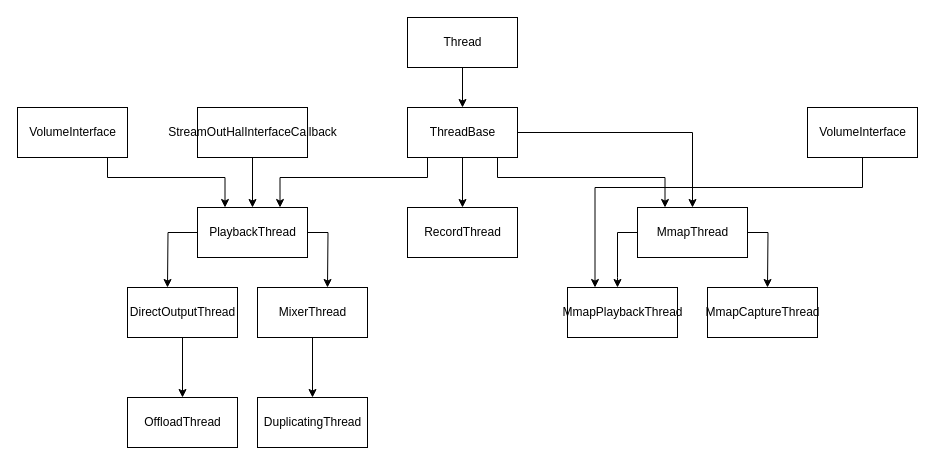
tiven-zhu/myTools keeps this draw.io diagram as page "Page-5" (5 of 5) of Untitled Diagram.drawio. Above is the earlier version. Source tidied: cells renumbered, new cells numbered last; positions are measured from the earlier drawing's top-left corner, leaving out a move shared by most shapes. Both pictures are drawn from the tidied source at 100%, with x=0, y=0 at pixel (17, 17).
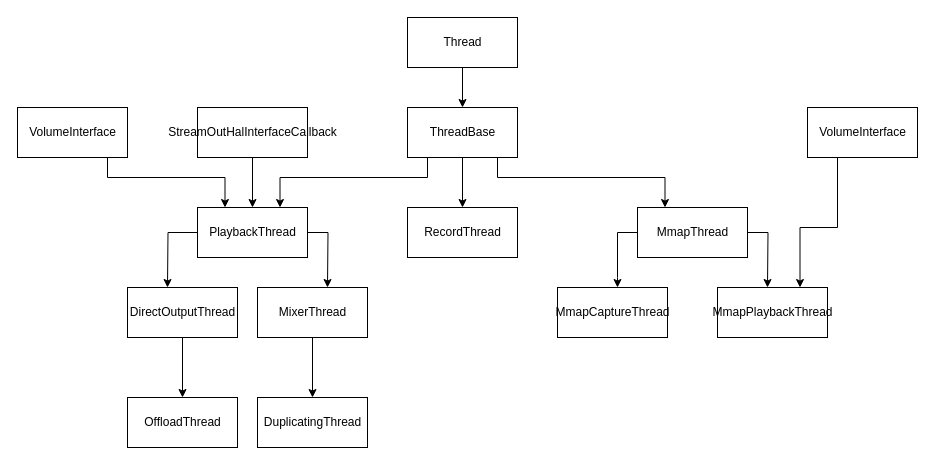
After the change.

The change refers to these unchanged cells:
```xml
<mxCell id="15" value="ThreadBase" style="html=1;" parent="1" vertex="1">
  <mxGeometry x="390" y="90" width="110" height="50" as="geometry" />
</mxCell>
<mxCell id="19" value="MmapThread" style="html=1;" parent="1" vertex="1">
  <mxGeometry x="620" y="190" width="110" height="50" as="geometry" />
</mxCell>
<mxCell id="23" value="VolumeInterface" style="html=1;" parent="1" vertex="1">
  <mxGeometry x="790" y="90" width="110" height="50" as="geometry" />
</mxCell>
```

Diff of the diagram source:
```diff
@@
-    <mxCell id="13" style="edgeStyle=orthogonalEdgeStyle;rounded=0;jettySize=auto;html=0;entryX=0.5;entryY=0;entryDx=0;entryDy=0;exitX=1;exitY=0.5;exitDx=0;exitDy=0;" parent="1" edge="1" source="15" target="19">
-      <mxGeometry relative="1" as="geometry" />
-    </mxCell>
@@
-    <mxCell id="20" value="MmapPlaybackThread" style="html=1;" parent="1" vertex="1">
-      <mxGeometry x="550" y="270" width="110" height="50" as="geometry" />
-    </mxCell>
     <mxCell id="21" value="MmapCaptureThread" style="html=1;" parent="1" vertex="1">
-      <mxGeometry x="690" y="270" width="110" height="50" as="geometry" />
+      <mxGeometry x="540" y="270" width="110" height="50" as="geometry" />
     </mxCell>
-    <mxCell id="22" style="edgeStyle=orthogonalEdgeStyle;rounded=0;jettySize=auto;html=0;entryX=0.25;entryY=0;entryDx=0;entryDy=0;" parent="1" edge="1" source="23" target="20">
+    <mxCell id="22" style="edgeStyle=orthogonalEdgeStyle;rounded=0;jettySize=auto;html=1;entryX=0.75;entryY=0;entryDx=0;entryDy=0;" parent="1" edge="1" source="23" target="20">
       <mxGeometry relative="1" as="geometry">
         <Array as="points">
-          <mxPoint x="845" y="170" />
-          <mxPoint x="578" y="170" />
+          <mxPoint x="820" y="210" />
+          <mxPoint x="783" y="210" />
         </Array>
       </mxGeometry>
     </mxCell>
@@
+    <mxCell id="20" value="&lt;span style=&quot;font-family: &amp;#34;helvetica&amp;#34;&quot;&gt;MmapPlaybackThread&lt;/span&gt;" style="html=1;" parent="1" vertex="1">
+      <mxGeometry x="700" y="270" width="110" height="50" as="geometry" />
+    </mxCell>
```
